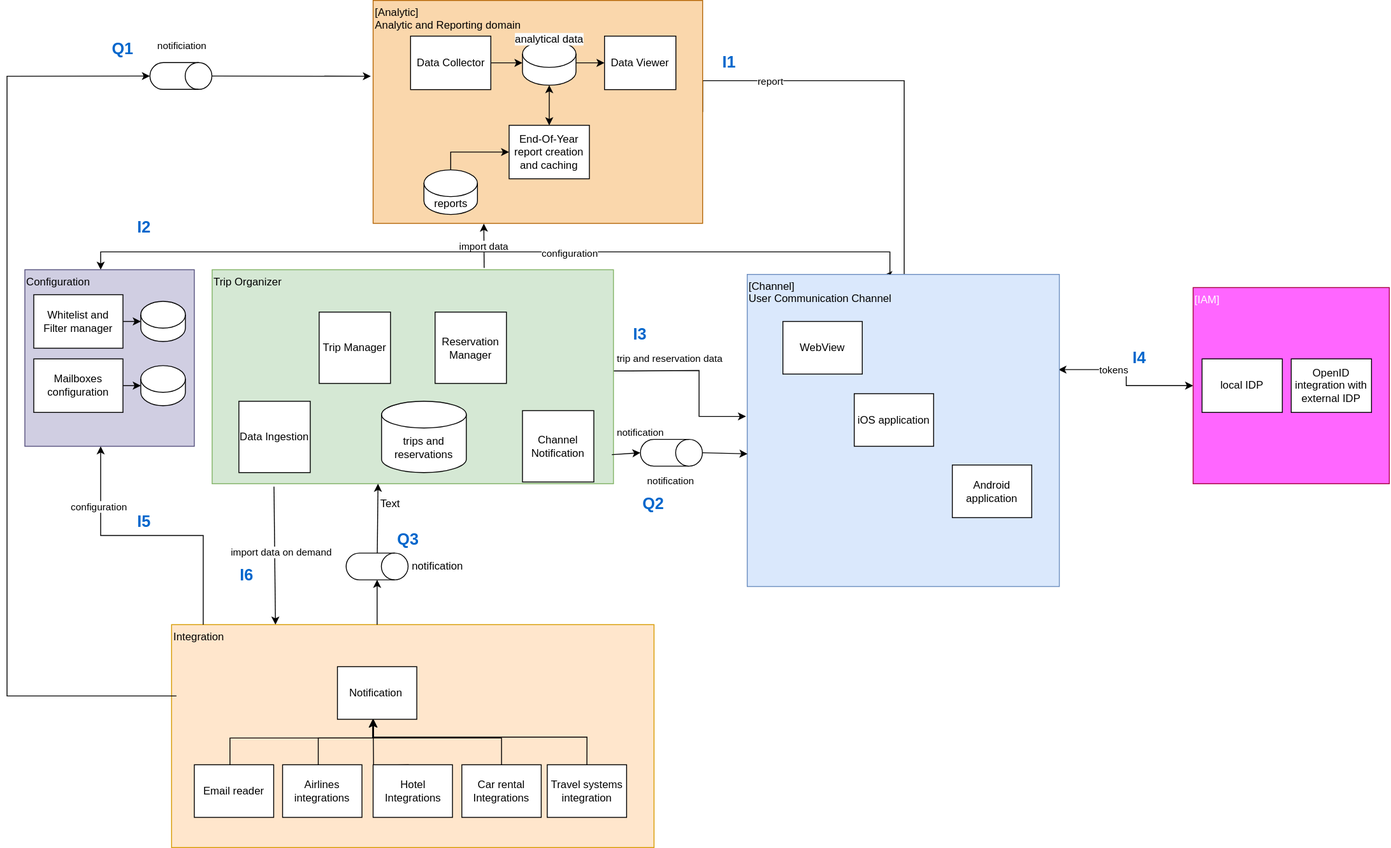
Above: diagrams/Component-overview.drawio.svg in wschaef/architecture-kata-2023 (draw.io), before the change. Source tidied: cells renumbered, new cells last; positions are measured from the earlier drawing's top-left corner, leaving out a move shared by most shapes.
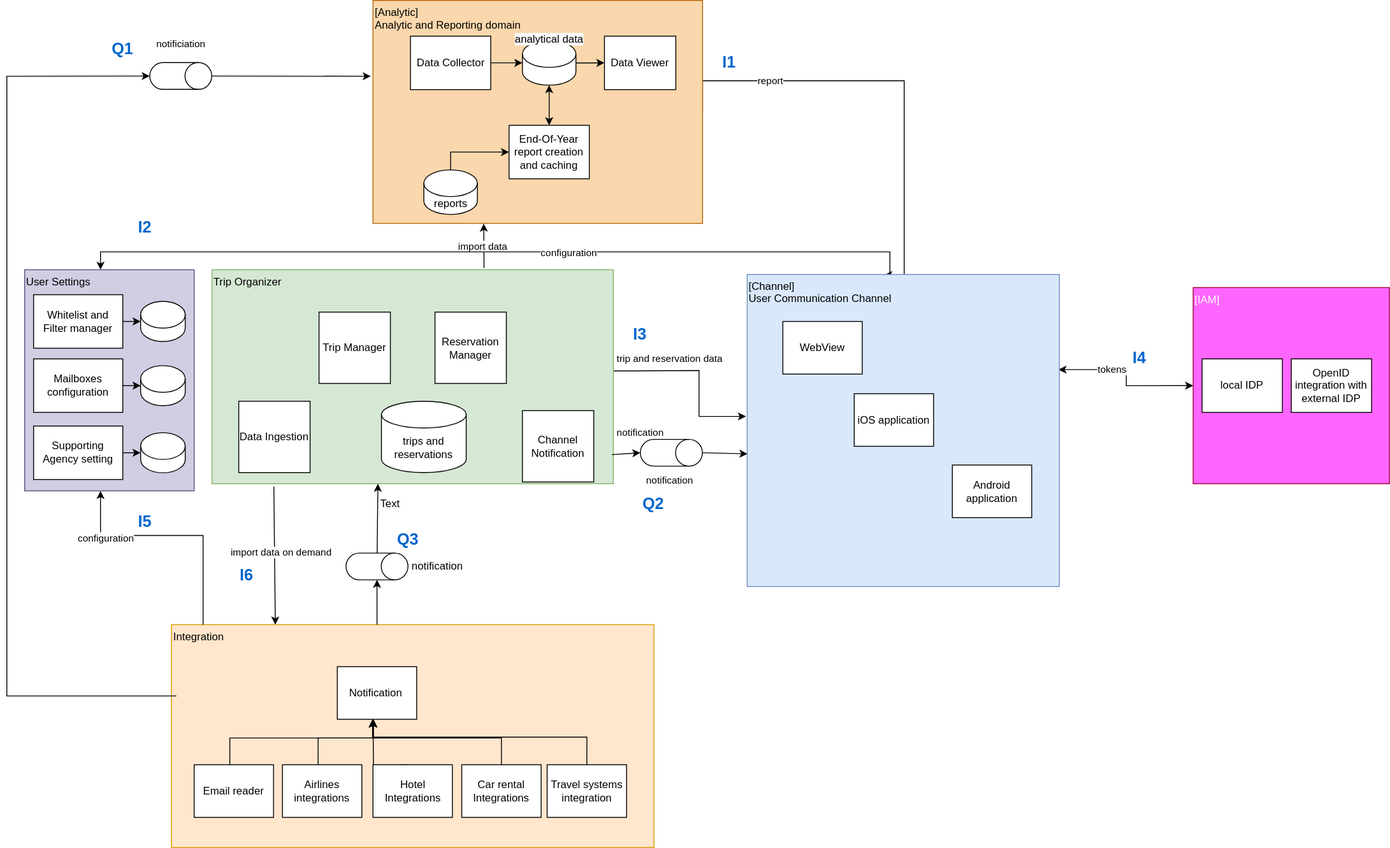
Later version of the same file.

What changed in the source:
```diff
@@ -253,8 +253,8 @@
     <mxCell id="58" value="configuration" style="edgeLabel;html=1;align=center;verticalAlign=middle;" parent="57" vertex="1">
       <mxGeometry x="0.17" y="-1" relative="1" as="geometry" />
     </mxCell>
-    <mxCell id="59" value="Configuration&lt;br&gt;&lt;br&gt;" style="rounded=0;whiteSpace=wrap;html=1;align=left;verticalAlign=top;fillColor=#d0cee2;strokeColor=#56517e;" parent="1" vertex="1">
-      <mxGeometry x="20" y="302" width="190" height="198" as="geometry" />
+    <mxCell id="59" value="User Settings" style="rounded=0;whiteSpace=wrap;html=1;align=left;verticalAlign=top;fillColor=#d0cee2;strokeColor=#56517e;" parent="1" vertex="1">
+      <mxGeometry x="20" y="302" width="190" height="248" as="geometry" />
     </mxCell>
     <mxCell id="60" value="Channel Notification" style="whiteSpace=wrap;html=1;" parent="1" vertex="1">
       <mxGeometry x="578" y="460" width="80" height="80" as="geometry" />
@@ -322,5 +322,16 @@
     <mxCell id="81" style="endArrow=classic;html=1;rounded=0;entryX=0;entryY=0.5;entryDx=0;entryDy=0;entryPerimeter=0;exitX=1;exitY=0.5;exitDx=0;exitDy=0;" parent="1" edge="1" source="65" target="80">
       <mxGeometry relative="1" as="geometry" />
     </mxCell>
+    <mxCell id="82" value="Supporting Agency setting" style="rounded=0;whiteSpace=wrap;html=1;" parent="1" vertex="1">
+      <mxGeometry x="30" y="477.2" width="100" height="60" as="geometry" />
+    </mxCell>
+    <mxCell id="83" style="shape=cylinder3;whiteSpace=wrap;html=1;boundedLbl=1;backgroundOutline=1;size=15;" parent="1" vertex="1">
+      <mxGeometry x="150" y="484.8" width="50" height="45" as="geometry" />
+    </mxCell>
+    <mxCell id="84" style="endArrow=classic;html=1;rounded=0;entryX=0;entryY=0.5;entryDx=0;entryDy=0;entryPerimeter=0;exitX=1;exitY=0.5;exitDx=0;exitDy=0;" parent="1" edge="1" target="83">
+      <mxGeometry relative="1" as="geometry">
+        <mxPoint x="130" y="507.2" as="sourcePoint" />
+      </mxGeometry>
+    </mxCell>
   </root>
 </mxGraphModel>
```
